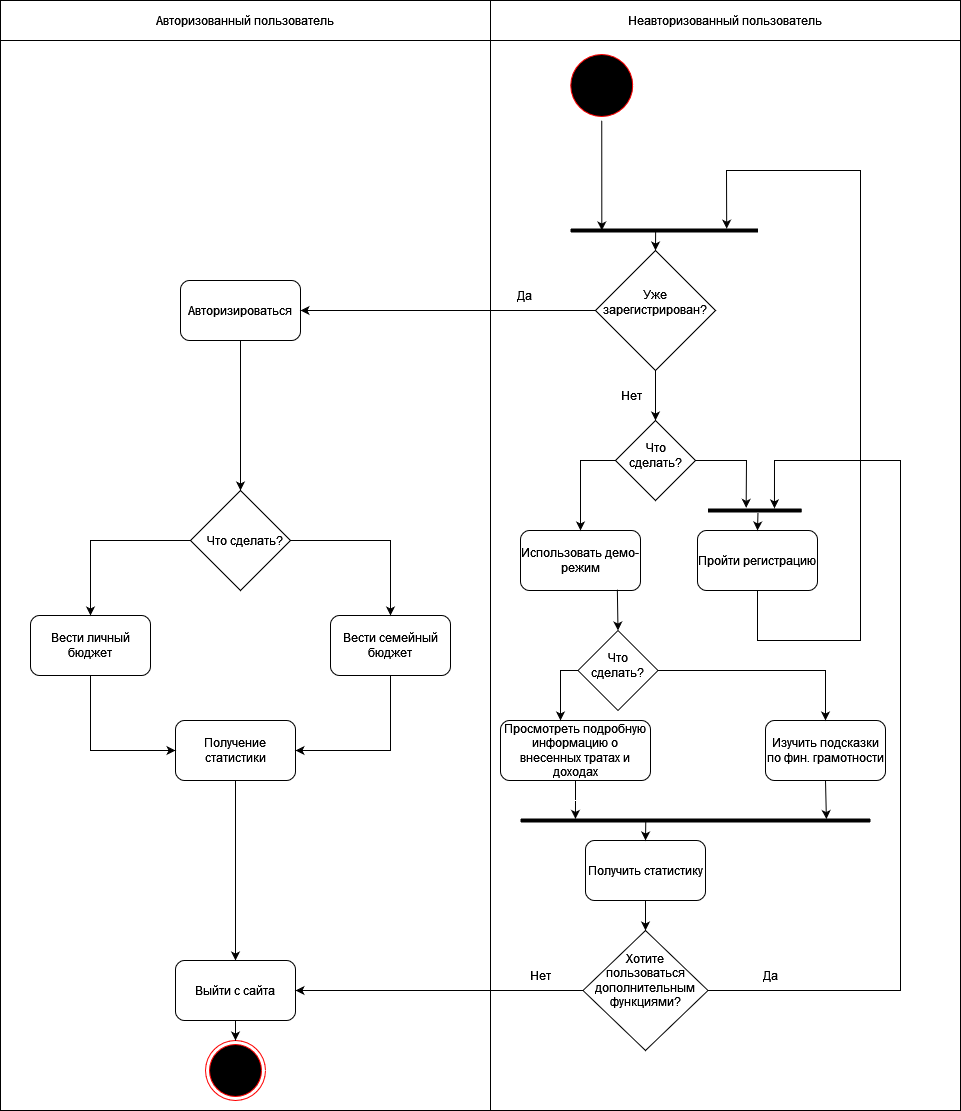
Before: documentation/diagrams/Activity_diagram.png, a diagram exported from draw.io (money-pie/moneypie). Source tidied: cells renumbered, new cells last; positions are measured from the earlier drawing's top-left corner, leaving out a move shared by most shapes.
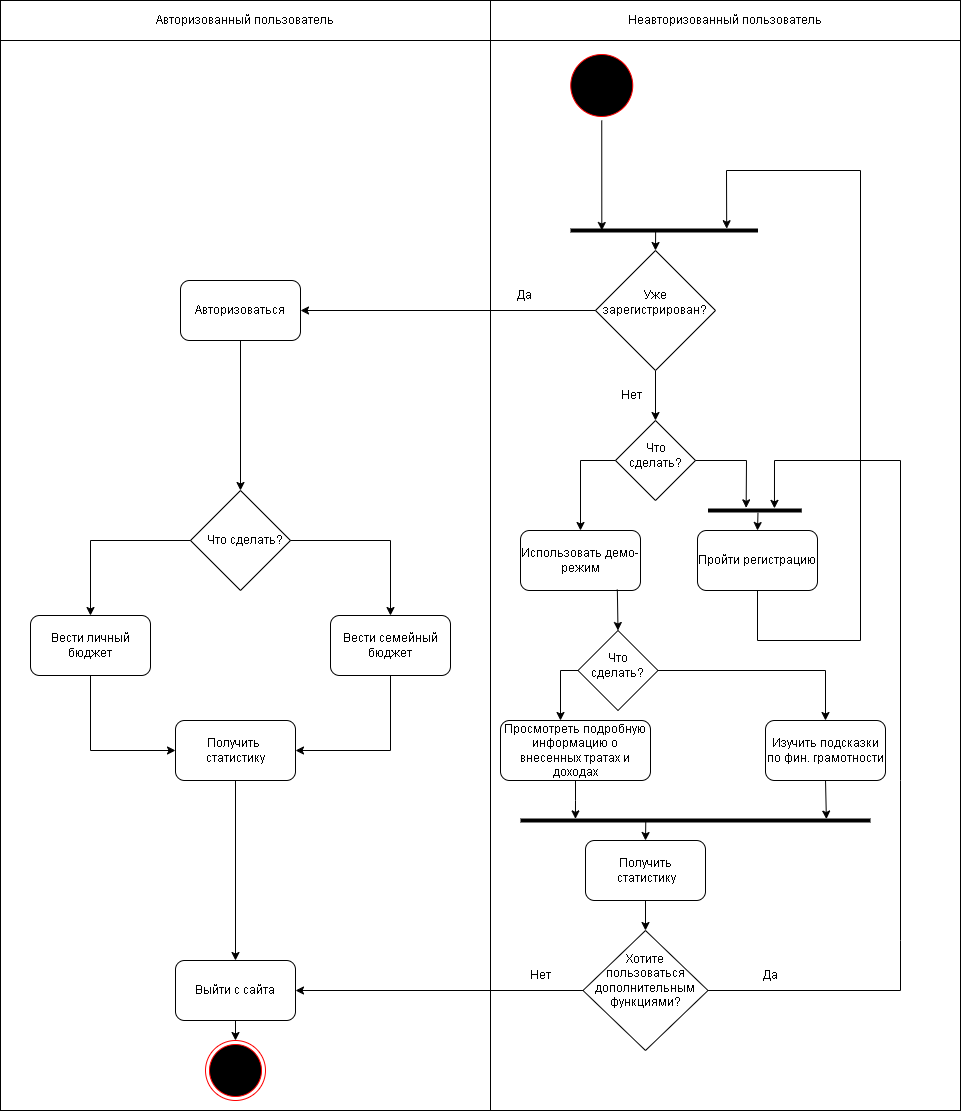
The same diagram one commit later.

The edit, as a diff of the source:
```diff
@@ -29,7 +29,7 @@
     <mxCell id="10" value="Уже зарегистрирован?" style="text;html=1;strokeColor=none;fillColor=none;align=center;verticalAlign=middle;whiteSpace=wrap;rounded=0;" parent="1" vertex="1">
       <mxGeometry x="607" y="287" width="95" height="30" as="geometry" />
     </mxCell>
-    <mxCell id="11" value="Авторизироваться" style="rounded=1;whiteSpace=wrap;html=1;" parent="1" vertex="1">
+    <mxCell id="11" value="Авторизоваться" style="rounded=1;whiteSpace=wrap;html=1;" parent="1" vertex="1">
       <mxGeometry x="180" y="280" width="120" height="60" as="geometry" />
     </mxCell>
     <mxCell id="12" style="rhombus;whiteSpace=wrap;html=1;" parent="1" vertex="1">
@@ -113,7 +113,7 @@
         </Array>
       </mxGeometry>
     </mxCell>
-    <mxCell id="32" value="Получение статистики" style="rounded=1;whiteSpace=wrap;html=1;" parent="1" vertex="1">
+    <mxCell id="32" value="Получить&amp;nbsp;&lt;br&gt;статистику" style="rounded=1;whiteSpace=wrap;html=1;" parent="1" vertex="1">
       <mxGeometry x="175" y="720" width="120" height="60" as="geometry" />
     </mxCell>
     <mxCell id="33" style="endArrow=classic;html=1;rounded=0;exitX=0.5;exitY=1;exitDx=0;exitDy=0;entryX=0;entryY=0.5;entryDx=0;entryDy=0;" parent="1" edge="1" source="13" target="32">
@@ -142,7 +142,7 @@
     <mxCell id="38" style="endArrow=classic;html=1;rounded=0;exitX=0.5;exitY=1;exitDx=0;exitDy=0;entryX=0.5;entryY=0;entryDx=0;entryDy=0;" parent="1" edge="1" source="36" target="37">
       <mxGeometry relative="1" as="geometry" />
     </mxCell>
-    <mxCell id="39" value="Получить статистику" style="rounded=1;whiteSpace=wrap;html=1;" parent="1" vertex="1">
+    <mxCell id="39" value="Получить&lt;br&gt;&amp;nbsp;статистику" style="rounded=1;whiteSpace=wrap;html=1;" parent="1" vertex="1">
       <mxGeometry x="585" y="840" width="120" height="60" as="geometry" />
     </mxCell>
     <mxCell id="40" style="endArrow=classic;html=1;rounded=0;entryX=0.5;entryY=0;entryDx=0;entryDy=0;exitX=0.358;exitY=0.433;exitDx=0;exitDy=0;exitPerimeter=0;" parent="1" edge="1" source="26" target="39">
```
